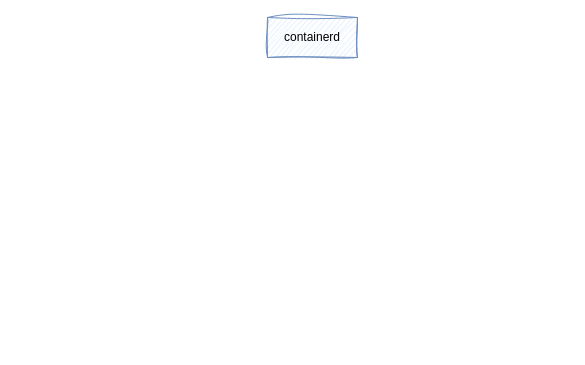
cr7258/draw.io keeps this draw.io diagram as cloudnative/webassembly.drawio. Above is the earlier version. Source tidied: cells renumbered, new cells numbered last; positions are measured from the earlier drawing's top-left corner, leaving out a move shared by most shapes. Both pictures are drawn from the tidied source at 100%, with x=0, y=0 at pixel (267, 17). Pictures stored in the file or linked from it are replaced by grey dashed boxes.
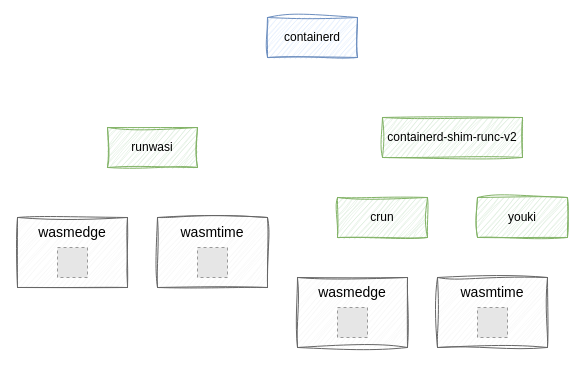
The same diagram, later.

The edit, as a diff of the source:
```diff
@@
 <mxGraphModel>
   <root>
     <mxCell id="0" />
     <mxCell id="1" parent="0" />
     <mxCell id="2" value="containerd" style="rounded=0;whiteSpace=wrap;html=1;fillColor=#dae8fc;strokeColor=#6c8ebf;shadow=0;sketch=1;curveFitting=1;jiggle=2;" parent="1" vertex="1">
       <mxGeometry width="90" height="40" as="geometry" />
     </mxCell>
+    <mxCell id="3" value="runwasi" style="rounded=0;whiteSpace=wrap;html=1;fillColor=#d5e8d4;strokeColor=#82b366;shadow=0;sketch=1;curveFitting=1;jiggle=2;" parent="1" vertex="1">
+      <mxGeometry x="-160" y="110" width="90" height="40" as="geometry" />
+    </mxCell>
+    <mxCell id="4" style="rounded=0;whiteSpace=wrap;html=1;shadow=0;sketch=1;curveFitting=1;jiggle=2;fillColor=#f5f5f5;fontColor=#333333;strokeColor=#666666;" parent="1" vertex="1">
+      <mxGeometry x="-250" y="200" width="110" height="70" as="geometry" />
+    </mxCell>
+    <mxCell id="5" style="fillColor=#E6E6E6;strokeColor=#999999;dashed=1;verticalLabelPosition=bottom;labelBackgroundColor=default;verticalAlign=top;" parent="1" vertex="1">
+      <mxGeometry x="-210" y="230" width="30" height="30" as="geometry" />
+    </mxCell>
+    <mxCell id="6" value="wasmedge" style="text;html=1;strokeColor=none;fillColor=none;align=center;verticalAlign=middle;whiteSpace=wrap;rounded=0;fontSize=14;" parent="1" vertex="1">
+      <mxGeometry x="-225" y="200" width="60" height="30" as="geometry" />
+    </mxCell>
+    <mxCell id="7" style="rounded=0;whiteSpace=wrap;html=1;shadow=0;sketch=1;curveFitting=1;jiggle=2;fillColor=#f5f5f5;fontColor=#333333;strokeColor=#666666;" parent="1" vertex="1">
+      <mxGeometry x="-110" y="200" width="110" height="70" as="geometry" />
+    </mxCell>
+    <mxCell id="8" style="fillColor=#E6E6E6;strokeColor=#999999;dashed=1;verticalLabelPosition=bottom;labelBackgroundColor=default;verticalAlign=top;" parent="1" vertex="1">
+      <mxGeometry x="-70" y="230" width="30" height="30" as="geometry" />
+    </mxCell>
+    <mxCell id="9" value="wasmtime" style="text;html=1;strokeColor=none;fillColor=none;align=center;verticalAlign=middle;whiteSpace=wrap;rounded=0;fontSize=14;" parent="1" vertex="1">
+      <mxGeometry x="-85" y="200" width="60" height="30" as="geometry" />
+    </mxCell>
+    <mxCell id="10" value="containerd-shim-runc-v2" style="rounded=0;whiteSpace=wrap;html=1;fillColor=#d5e8d4;strokeColor=#82b366;shadow=0;sketch=1;curveFitting=1;jiggle=2;" parent="1" vertex="1">
+      <mxGeometry x="115" y="100" width="140" height="40" as="geometry" />
+    </mxCell>
+    <mxCell id="11" value="crun" style="rounded=0;whiteSpace=wrap;html=1;fillColor=#d5e8d4;strokeColor=#82b366;shadow=0;sketch=1;curveFitting=1;jiggle=2;" parent="1" vertex="1">
+      <mxGeometry x="70" y="180" width="90" height="40" as="geometry" />
+    </mxCell>
+    <mxCell id="12" style="rounded=0;whiteSpace=wrap;html=1;shadow=0;sketch=1;curveFitting=1;jiggle=2;fillColor=#f5f5f5;fontColor=#333333;strokeColor=#666666;" parent="1" vertex="1">
+      <mxGeometry x="30" y="260" width="110" height="70" as="geometry" />
+    </mxCell>
+    <mxCell id="13" style="fillColor=#E6E6E6;strokeColor=#999999;dashed=1;verticalLabelPosition=bottom;labelBackgroundColor=default;verticalAlign=top;" parent="1" vertex="1">
+      <mxGeometry x="70" y="290" width="30" height="30" as="geometry" />
+    </mxCell>
+    <mxCell id="14" value="wasmedge" style="text;html=1;strokeColor=none;fillColor=none;align=center;verticalAlign=middle;whiteSpace=wrap;rounded=0;fontSize=14;" parent="1" vertex="1">
+      <mxGeometry x="55" y="260" width="60" height="30" as="geometry" />
+    </mxCell>
+    <mxCell id="15" style="rounded=0;whiteSpace=wrap;html=1;shadow=0;sketch=1;curveFitting=1;jiggle=2;fillColor=#f5f5f5;fontColor=#333333;strokeColor=#666666;" parent="1" vertex="1">
+      <mxGeometry x="170" y="260" width="110" height="70" as="geometry" />
+    </mxCell>
+    <mxCell id="16" style="fillColor=#E6E6E6;strokeColor=#999999;dashed=1;verticalLabelPosition=bottom;labelBackgroundColor=default;verticalAlign=top;" parent="1" vertex="1">
+      <mxGeometry x="210" y="290" width="30" height="30" as="geometry" />
+    </mxCell>
+    <mxCell id="17" value="wasmtime" style="text;html=1;strokeColor=none;fillColor=none;align=center;verticalAlign=middle;whiteSpace=wrap;rounded=0;fontSize=14;" parent="1" vertex="1">
+      <mxGeometry x="195" y="260" width="60" height="30" as="geometry" />
+    </mxCell>
+    <mxCell id="18" value="youki" style="rounded=0;whiteSpace=wrap;html=1;fillColor=#d5e8d4;strokeColor=#82b366;shadow=0;sketch=1;curveFitting=1;jiggle=2;" parent="1" vertex="1">
+      <mxGeometry x="210" y="180" width="90" height="40" as="geometry" />
+    </mxCell>
   </root>
 </mxGraphModel>
```
